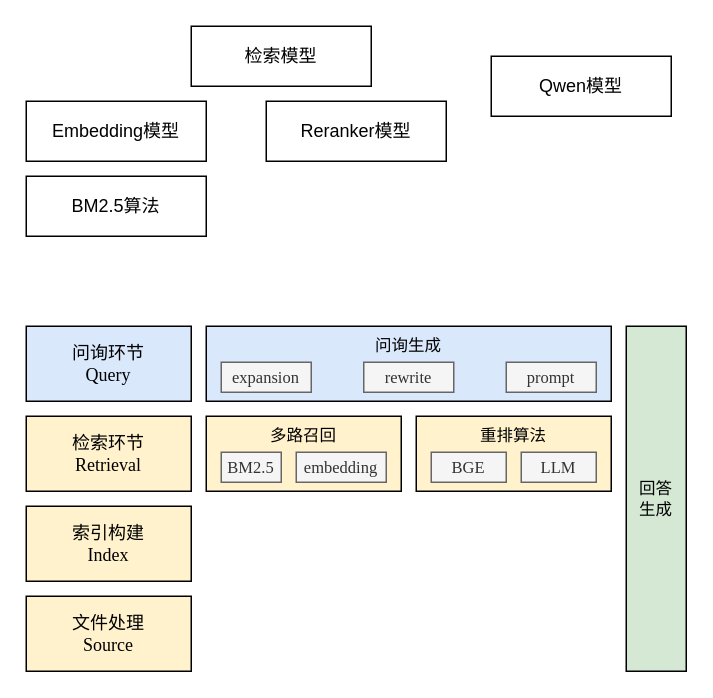
This is RAG.drawio from limpid-11/drawio, a draw.io file, before an edit. Source tidied: cells renumbered, new cells numbered last; positions are measured from the earlier drawing's top-left corner, leaving out a move shared by most shapes. Both pictures are drawn from the tidied source at 150%, with x=0, y=0 at pixel (26, 26).
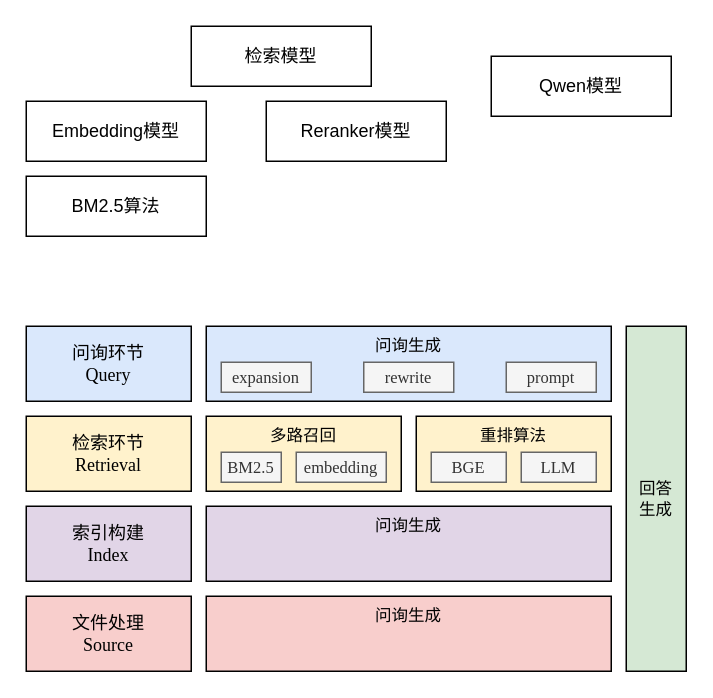
The same diagram, later.

The edit, as a diff of the source:
```diff
@@
-    <mxCell id="20" value="&lt;div&gt;&lt;font face=&quot;宋体&quot;&gt;索引构建&lt;/font&gt;&lt;/div&gt;Index" style="rounded=0;whiteSpace=wrap;html=1;fillColor=#fff2cc;strokeColor=#000000;fontFamily=Times New Roman;" parent="1" vertex="1">
+    <mxCell id="20" value="&lt;div&gt;&lt;font face=&quot;宋体&quot;&gt;索引构建&lt;/font&gt;&lt;/div&gt;Index" style="rounded=0;whiteSpace=wrap;html=1;fillColor=#e1d5e7;strokeColor=#000000;fontFamily=Times New Roman;" parent="1" vertex="1">
       <mxGeometry y="320" width="110" height="50" as="geometry" />
     </mxCell>
-    <mxCell id="21" value="&lt;div&gt;&lt;font face=&quot;宋体&quot;&gt;文件处理&lt;/font&gt;&lt;/div&gt;Source" style="rounded=0;whiteSpace=wrap;html=1;fillColor=#fff2cc;strokeColor=#000000;fontFamily=Times New Roman;" parent="1" vertex="1">
+    <mxCell id="21" value="&lt;div&gt;&lt;font face=&quot;宋体&quot;&gt;文件处理&lt;/font&gt;&lt;/div&gt;Source" style="rounded=0;whiteSpace=wrap;html=1;fillColor=#f8cecc;strokeColor=#000000;fontFamily=Times New Roman;" parent="1" vertex="1">
       <mxGeometry y="380" width="110" height="50" as="geometry" />
     </mxCell>
+    <mxCell id="22" value="&lt;div style=&quot;font-size: 11px;&quot;&gt;&lt;font face=&quot;宋体&quot;&gt;问询生成&lt;/font&gt;&lt;/div&gt;" style="rounded=0;whiteSpace=wrap;html=1;fillColor=#e1d5e7;strokeColor=#000000;verticalAlign=top;fontSize=11;fontFamily=Times New Roman;" parent="1" vertex="1">
+      <mxGeometry x="120" y="320" width="270" height="50" as="geometry" />
+    </mxCell>
+    <mxCell id="23" value="&lt;div style=&quot;font-size: 11px;&quot;&gt;&lt;font face=&quot;宋体&quot;&gt;问询生成&lt;/font&gt;&lt;/div&gt;" style="rounded=0;whiteSpace=wrap;html=1;fillColor=#f8cecc;strokeColor=#000000;verticalAlign=top;fontSize=11;fontFamily=Times New Roman;" parent="1" vertex="1">
+      <mxGeometry x="120" y="380" width="270" height="50" as="geometry" />
+    </mxCell>
```
